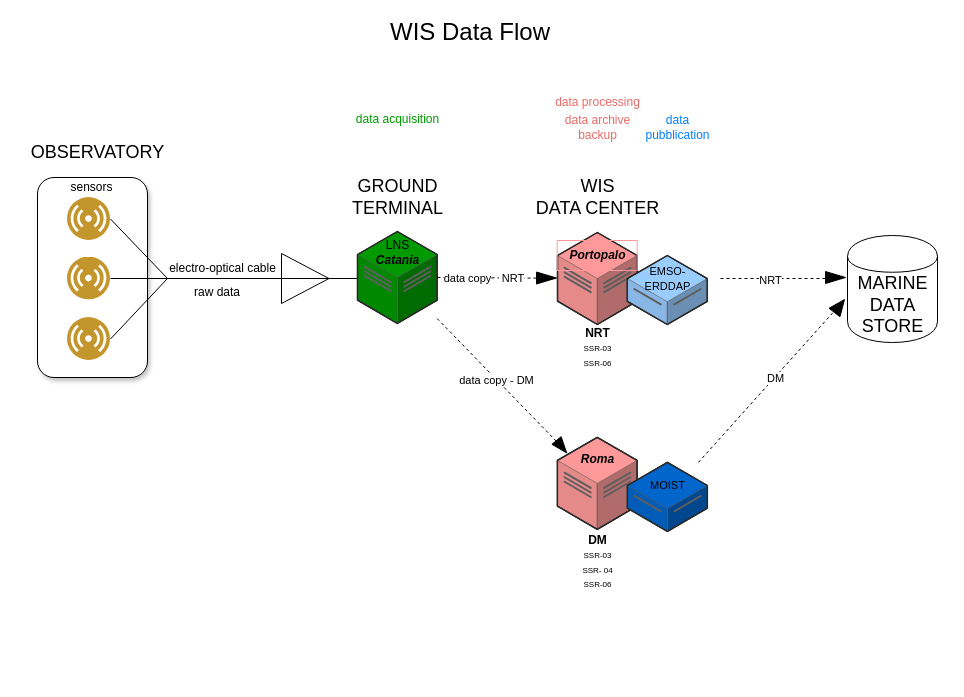
The draw.io diagram page "Page-1" (1 of 2) of DANUBIUS_2_data_flow chart.drawio in amefad/diagramsnet, before the edit. Source tidied: cells renumbered, new cells numbered last; positions are measured from the earlier drawing's top-left corner, leaving out a move shared by most shapes. Both pictures are drawn from the tidied source at 100%, with x=0, y=0 at pixel (17, 17).
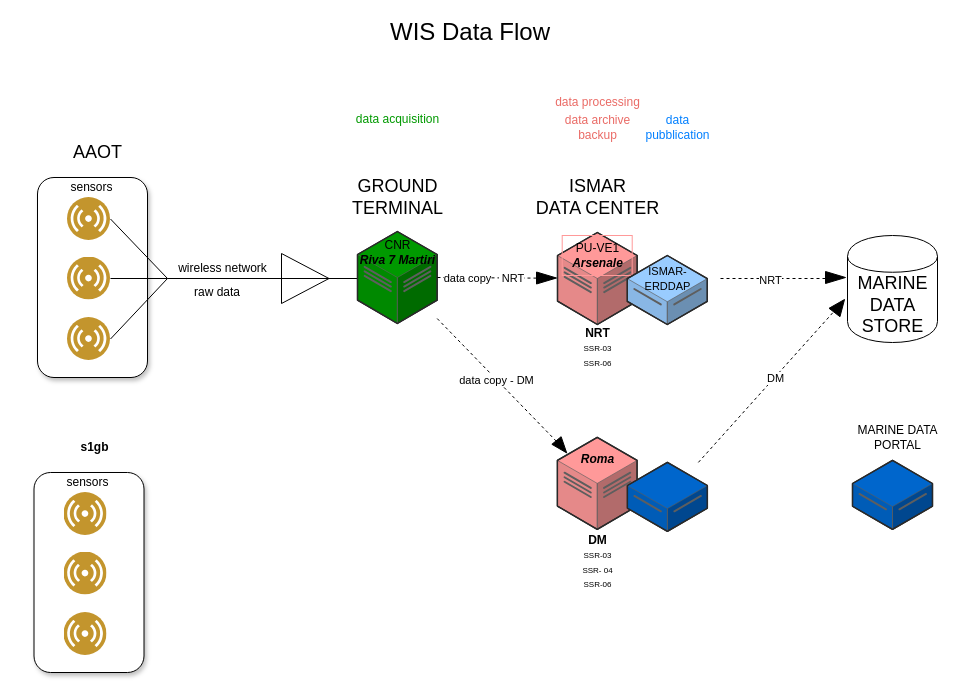
The same diagram, later.

Diff of the diagram source:
```diff
@@
-    <mxCell id="7" value="electro-optical cable" style="text;html=1;align=center;verticalAlign=middle;strokeColor=none;fillColor=none;" parent="1" vertex="1">
-      <mxGeometry x="140" y="236" width="130" height="30" as="geometry" />
+    <mxCell id="7" value="wireless network" style="text;html=1;align=center;verticalAlign=middle;strokeColor=none;fillColor=none;" parent="1" vertex="1">
+      <mxGeometry x="150" y="236" width="110" height="30" as="geometry" />
     </mxCell>
@@
-    <mxCell id="11" value="&lt;div&gt;&lt;font style=&quot;font-size: 18px;&quot;&gt;&lt;span style=&quot;background-color: initial;&quot;&gt;OBSERVATORY&lt;/span&gt;&lt;/font&gt;&lt;/div&gt;" style="text;html=1;align=center;verticalAlign=middle;strokeColor=none;fillColor=none;" parent="1" vertex="1">
-      <mxGeometry y="115" width="160" height="40" as="geometry" />
+    <mxCell id="11" value="&lt;div&gt;&lt;font style=&quot;font-size: 18px;&quot;&gt;&lt;span style=&quot;background-color: initial;&quot;&gt;AAOT&lt;/span&gt;&lt;/font&gt;&lt;/div&gt;" style="text;html=1;align=center;verticalAlign=middle;strokeColor=none;fillColor=none;" parent="1" vertex="1">
+      <mxGeometry x="45" y="115" width="70" height="40" as="geometry" />
     </mxCell>
@@
-    <mxCell id="19" value="LNS&lt;div&gt;&lt;b&gt;&lt;i&gt;Catania&lt;/i&gt;&lt;/b&gt;&lt;/div&gt;" style="text;html=1;align=center;verticalAlign=middle;strokeColor=none;fillColor=none;" parent="1" vertex="1">
-      <mxGeometry x="344.8" y="215" width="70" height="40" as="geometry" />
+    <mxCell id="19" value="CNR&lt;div&gt;&lt;b&gt;&lt;i&gt;Riva 7 Martiri&lt;br&gt;&lt;/i&gt;&lt;/b&gt;&lt;/div&gt;" style="text;html=1;align=center;verticalAlign=middle;strokeColor=none;fillColor=none;" parent="1" vertex="1">
+      <mxGeometry x="329.8" y="215" width="100" height="40" as="geometry" />
     </mxCell>
@@
-    <mxCell id="21" value="&lt;font style=&quot;font-size: 18px;&quot;&gt;&lt;font style=&quot;&quot;&gt;WIS&lt;/font&gt;&lt;/font&gt;&lt;div&gt;&lt;font style=&quot;font-size: 18px;&quot;&gt;&lt;span style=&quot;background-color: initial;&quot;&gt;DATA CENTER&lt;/span&gt;&lt;/font&gt;&lt;/div&gt;" style="text;html=1;align=center;verticalAlign=middle;strokeColor=none;fillColor=none;" parent="1" vertex="1">
+    <mxCell id="21" value="&lt;font style=&quot;font-size: 18px;&quot;&gt;&lt;font style=&quot;&quot;&gt;ISMAR&lt;/font&gt;&lt;/font&gt;&lt;div&gt;&lt;font style=&quot;font-size: 18px;&quot;&gt;&lt;span style=&quot;background-color: initial;&quot;&gt;DATA CENTER&lt;/span&gt;&lt;/font&gt;&lt;/div&gt;" style="text;html=1;align=center;verticalAlign=middle;strokeColor=none;fillColor=none;" parent="1" vertex="1">
       <mxGeometry x="504.8" y="150" width="150" height="60" as="geometry" />
     </mxCell>
-    <mxCell id="22" value="&lt;i&gt;&lt;b&gt;Portopalo&lt;/b&gt;&lt;/i&gt;" style="text;html=1;align=center;verticalAlign=middle;strokeColor=#FF9999;fillColor=none;" parent="1" vertex="1">
-      <mxGeometry x="539.7" y="223" width="80" height="30" as="geometry" />
+    <mxCell id="22" value="PU-VE1&lt;br&gt;&lt;i&gt;&lt;b&gt;Arsenale&lt;/b&gt;&lt;/i&gt;" style="text;html=1;align=center;verticalAlign=middle;strokeColor=#FF9999;fillColor=none;" parent="1" vertex="1">
+      <mxGeometry x="544.7" y="218" width="70" height="40" as="geometry" />
     </mxCell>
@@
-    <mxCell id="26" value="&lt;font style=&quot;font-size: 11px;&quot;&gt;EMSO-&lt;/font&gt;&lt;div&gt;&lt;font style=&quot;font-size: 11px;&quot;&gt;ERDDAP&lt;/font&gt;&lt;/div&gt;" style="text;html=1;align=center;verticalAlign=middle;strokeColor=none;fillColor=none;" parent="1" vertex="1">
+    <mxCell id="26" value="&lt;font style=&quot;font-size: 11px;&quot;&gt;ISMAR-&lt;/font&gt;&lt;div&gt;&lt;font style=&quot;font-size: 11px;&quot;&gt;ERDDAP&lt;/font&gt;&lt;/div&gt;" style="text;html=1;align=center;verticalAlign=middle;strokeColor=none;fillColor=none;" parent="1" vertex="1">
       <mxGeometry x="614.8" y="241" width="70" height="40" as="geometry" />
     </mxCell>
@@
-    <mxCell id="36" value="&lt;font style=&quot;font-size: 11px;&quot;&gt;MOIST&lt;/font&gt;" style="text;html=1;align=center;verticalAlign=middle;strokeColor=none;fillColor=none;" parent="1" vertex="1">
-      <mxGeometry x="619.9" y="452.9" width="60" height="30" as="geometry" />
+    <mxCell id="36" value="MARINE DATA &lt;br&gt;PORTAL" style="text;html=1;align=center;verticalAlign=middle;strokeColor=none;fillColor=none;" parent="1" vertex="1">
+      <mxGeometry x="830" y="400" width="100" height="40" as="geometry" />
     </mxCell>
@@
+    <mxCell id="48" style="verticalLabelPosition=bottom;html=1;verticalAlign=top;strokeWidth=1;align=center;dashed=0;shape=mxgraph.aws3d.dataServer;strokeColor=#5E5E5E;fillColor=#0066CC;" parent="1" vertex="1">
+      <mxGeometry x="835" y="442.9" width="80" height="69" as="geometry" />
+    </mxCell>
+    <mxCell id="49" style="rounded=1;whiteSpace=wrap;html=1;fillColor=default;shadow=1;" parent="1" vertex="1">
+      <mxGeometry x="16.5" y="455" width="110" height="200" as="geometry" />
+    </mxCell>
+    <mxCell id="50" style="image;perimeter=ellipsePerimeter;html=1;align=center;shadow=0;dashed=0;fontColor=#4277BB;labelBackgroundColor=default;fontSize=12;spacingTop=3;image=img/lib/ibm/users/sensor.svg;fillColor=#426EFF;strokeColor=#3333FF;" parent="1" vertex="1">
+      <mxGeometry x="46.5" y="475" width="43" height="43" as="geometry" />
+    </mxCell>
+    <mxCell id="51" value="sensors" style="text;html=1;align=center;verticalAlign=middle;strokeColor=none;fillColor=none;" parent="1" vertex="1">
+      <mxGeometry x="35" y="450" width="70" height="30" as="geometry" />
+    </mxCell>
+    <mxCell id="52" style="image;perimeter=ellipsePerimeter;html=1;align=center;shadow=0;dashed=0;fontColor=#4277BB;labelBackgroundColor=default;fontSize=12;spacingTop=3;image=img/lib/ibm/users/sensor.svg;fillColor=#A680B8;" parent="1" vertex="1">
+      <mxGeometry x="46.5" y="534.5" width="43" height="43" as="geometry" />
+    </mxCell>
+    <mxCell id="53" style="image;perimeter=ellipsePerimeter;html=1;align=center;shadow=0;dashed=0;fontColor=#4277BB;labelBackgroundColor=default;fontSize=12;spacingTop=3;image=img/lib/ibm/users/sensor.svg;fillColor=#A680B8;" parent="1" vertex="1">
+      <mxGeometry x="46.5" y="595" width="43" height="43" as="geometry" />
+    </mxCell>
+    <mxCell id="54" value="&lt;b&gt;s1gb&lt;/b&gt;" style="text;html=1;align=center;verticalAlign=middle;strokeColor=none;fillColor=none;" parent="1" vertex="1">
+      <mxGeometry x="51.5" y="415" width="50" height="30" as="geometry" />
+    </mxCell>
```
